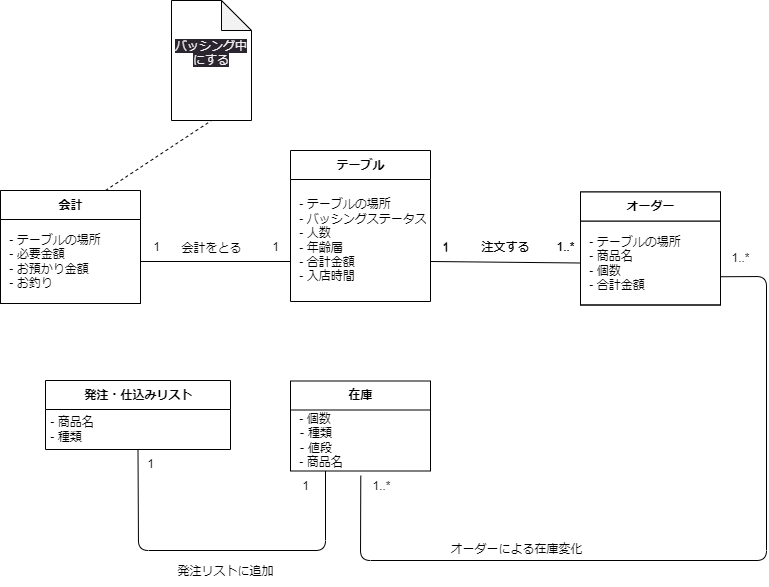
Before: psp4/クラス図/クラス図_統合版.drawio.png, a diagram exported from draw.io (MasakiHiguchi/---). Source tidied: cells renumbered, new cells last; positions are measured from the earlier drawing's top-left corner, leaving out a move shared by most shapes.
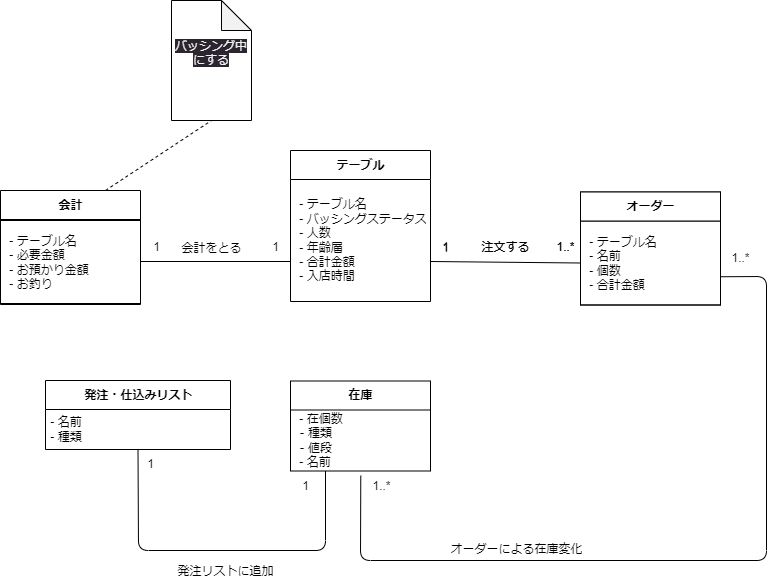
The same file after the commit.

Diff of the diagram source:
```diff
@@ -5,13 +5,13 @@
     <mxCell id="2" value="テーブル" style="swimlane;fontStyle=1;align=center;verticalAlign=middle;horizontal=1;startSize=29;html=1;" parent="1" vertex="1">
       <mxGeometry x="290" y="150" width="140" height="151" as="geometry" />
     </mxCell>
-    <mxCell id="3" value="&amp;nbsp;- テーブルの場所&lt;br&gt;&amp;nbsp;- バッシングステータス&lt;br&gt;&amp;nbsp;- 人数&lt;br&gt;&amp;nbsp;- 年齢層&lt;br&gt;&amp;nbsp;- 合計金額&lt;br&gt;&amp;nbsp;- 入店時間" style="text;html=1;strokeColor=none;fillColor=none;align=left;verticalAlign=middle;spacingLeft=4;spacingRight=4;overflow=hidden;" parent="2" vertex="1">
+    <mxCell id="3" value="&amp;nbsp;- テーブル名&lt;br&gt;&amp;nbsp;- バッシングステータス&lt;br&gt;&amp;nbsp;- 人数&lt;br&gt;&amp;nbsp;- 年齢層&lt;br&gt;&amp;nbsp;- 合計金額&lt;br&gt;&amp;nbsp;- 入店時間" style="text;html=1;strokeColor=none;fillColor=none;align=left;verticalAlign=middle;spacingLeft=4;spacingRight=4;overflow=hidden;" parent="2" vertex="1">
       <mxGeometry y="29" width="140" height="122" as="geometry" />
     </mxCell>
     <mxCell id="4" value="オーダー" style="swimlane;fontStyle=1;align=center;verticalAlign=middle;horizontal=1;startSize=29;html=1;" parent="1" vertex="1">
       <mxGeometry x="580" y="191.5" width="140" height="113" as="geometry" />
     </mxCell>
-    <mxCell id="5" value="&amp;nbsp;- テーブルの場所&lt;br&gt;&amp;nbsp;- 商品名&lt;br&gt;&amp;nbsp;- 個数&lt;br&gt;&amp;nbsp;- 合計金額" style="text;html=1;strokeColor=none;fillColor=none;align=left;verticalAlign=middle;spacingLeft=4;spacingRight=4;overflow=hidden;points=[[0,0.5],[1,0.5]];portConstraint=eastwest;" parent="4" vertex="1">
+    <mxCell id="5" value="&amp;nbsp;- テーブル名&lt;br&gt;&amp;nbsp;- 名前&lt;br&gt;&amp;nbsp;- 個数&lt;br&gt;&amp;nbsp;- 合計金額" style="text;html=1;strokeColor=none;fillColor=none;align=left;verticalAlign=middle;spacingLeft=4;spacingRight=4;overflow=hidden;points=[[0,0.5],[1,0.5]];portConstraint=eastwest;" parent="4" vertex="1">
       <mxGeometry y="29" width="140" height="84" as="geometry" />
     </mxCell>
     <mxCell id="6" value="1" style="text;html=1;align=center;verticalAlign=middle;strokeColor=none;fillColor=none;" parent="1" vertex="1">
@@ -24,9 +24,9 @@
       <mxGeometry x="470" y="231.5" width="70" height="30" as="geometry" />
     </mxCell>
     <mxCell id="9" value="会計" style="swimlane;fontStyle=1;align=center;verticalAlign=middle;horizontal=1;startSize=29;html=1;" parent="1" vertex="1">
-      <mxGeometry y="190" width="140" height="113" as="geometry" />
+      <mxGeometry y="191" width="140" height="113" as="geometry" />
     </mxCell>
-    <mxCell id="10" value="&amp;nbsp;- テーブルの場所&lt;br&gt;&amp;nbsp;- 必要金額&lt;br&gt;&amp;nbsp;- お預かり金額&lt;br&gt;&amp;nbsp;- お釣り" style="text;html=1;strokeColor=none;fillColor=none;align=left;verticalAlign=middle;spacingLeft=4;spacingRight=4;overflow=hidden;" parent="9" vertex="1">
+    <mxCell id="10" value="&amp;nbsp;- テーブル名&lt;br&gt;&amp;nbsp;- 必要金額&lt;br&gt;&amp;nbsp;- お預かり金額&lt;br&gt;&amp;nbsp;- お釣り" style="text;html=1;strokeColor=none;fillColor=none;align=left;verticalAlign=middle;spacingLeft=4;spacingRight=4;overflow=hidden;" parent="9" vertex="1">
       <mxGeometry y="29" width="140" height="84" as="geometry" />
     </mxCell>
     <mxCell id="11" value="1" style="text;html=1;align=center;verticalAlign=middle;strokeColor=none;fillColor=none;" parent="1" vertex="1">
@@ -49,7 +49,7 @@
     <mxCell id="15" value="在庫" style="swimlane;fontStyle=1;align=center;verticalAlign=middle;horizontal=1;startSize=29;html=1;" parent="1" vertex="1">
       <mxGeometry x="290" y="380.5" width="140" height="90" as="geometry" />
     </mxCell>
-    <mxCell id="16" value="&amp;nbsp;- 個数&lt;br&gt;&amp;nbsp;‐ 種類&lt;br&gt;&amp;nbsp;‐ 値段&lt;br&gt;&amp;nbsp;- 商品名" style="text;html=1;strokeColor=none;fillColor=none;align=left;verticalAlign=middle;spacingLeft=4;spacingRight=4;overflow=hidden;points=[[0,0.5],[1,0.5]];portConstraint=eastwest;" parent="15" vertex="1">
+    <mxCell id="16" value="&amp;nbsp;- 在個数&lt;br&gt;&amp;nbsp;‐ 種類&lt;br&gt;&amp;nbsp;‐ 値段&lt;br&gt;&amp;nbsp;- 名前" style="text;html=1;strokeColor=none;fillColor=none;align=left;verticalAlign=middle;spacingLeft=4;spacingRight=4;overflow=hidden;points=[[0,0.5],[1,0.5]];portConstraint=eastwest;" parent="15" vertex="1">
       <mxGeometry y="29" width="140" height="61" as="geometry" />
     </mxCell>
     <mxCell id="17" style="edgeStyle=none;html=1;exitX=1;exitY=0.75;exitDx=0;exitDy=0;entryX=0.502;entryY=1.077;entryDx=0;entryDy=0;entryPerimeter=0;endArrow=none;endFill=0;" parent="1" edge="1" source="23" target="16">
@@ -67,7 +67,7 @@
     <mxCell id="19" value="発注・仕込みリスト" style="swimlane;fontStyle=1;align=center;verticalAlign=middle;horizontal=1;startSize=29;html=1;" parent="1" vertex="1">
       <mxGeometry x="45" y="380" width="185" height="69" as="geometry" />
     </mxCell>
-    <mxCell id="20" value="&lt;span style=&quot;&quot;&gt;&amp;nbsp;- 商品名&lt;/span&gt;&lt;br style=&quot;&quot;&gt;&lt;div style=&quot;&quot;&gt;&lt;span style=&quot;background-color: initial;&quot;&gt;&amp;nbsp;- 種類&lt;/span&gt;&lt;/div&gt;" style="text;html=1;align=left;verticalAlign=middle;strokeColor=none;fillColor=none;" parent="19" vertex="1">
+    <mxCell id="20" value="&lt;span style=&quot;&quot;&gt;&amp;nbsp;- 名前&lt;/span&gt;&lt;br style=&quot;&quot;&gt;&lt;div style=&quot;&quot;&gt;&lt;span style=&quot;background-color: initial;&quot;&gt;&amp;nbsp;- 種類&lt;/span&gt;&lt;/div&gt;" style="text;html=1;align=left;verticalAlign=middle;strokeColor=none;fillColor=none;" parent="19" vertex="1">
       <mxGeometry y="29" width="185" height="40" as="geometry" />
     </mxCell>
     <mxCell id="21" value="発注リストに追加" style="text;html=1;align=center;verticalAlign=middle;strokeColor=none;fillColor=none;" parent="1" vertex="1">
```
